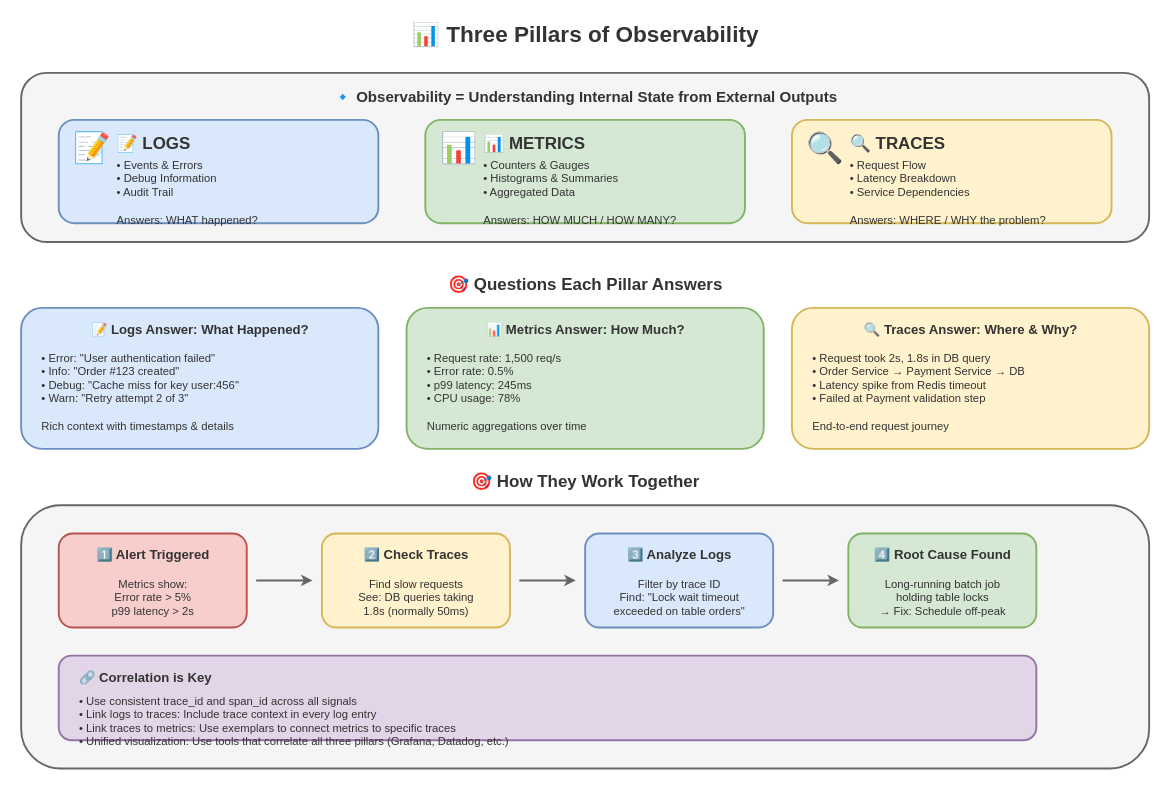
Before: lesson-09-observability-monitoring/01-three-pillars-of-observability/1.1-three-pillars.drawio in MrParkerZ7/document-lesson-software-architect-x-claude, a draw.io diagram. Source tidied: cells renumbered, new cells numbered last; positions are measured from the earlier drawing's top-left corner, leaving out a move shared by most shapes. Both pictures are drawn from the tidied source at 94%, with x=0, y=0 at pixel (21, 16).
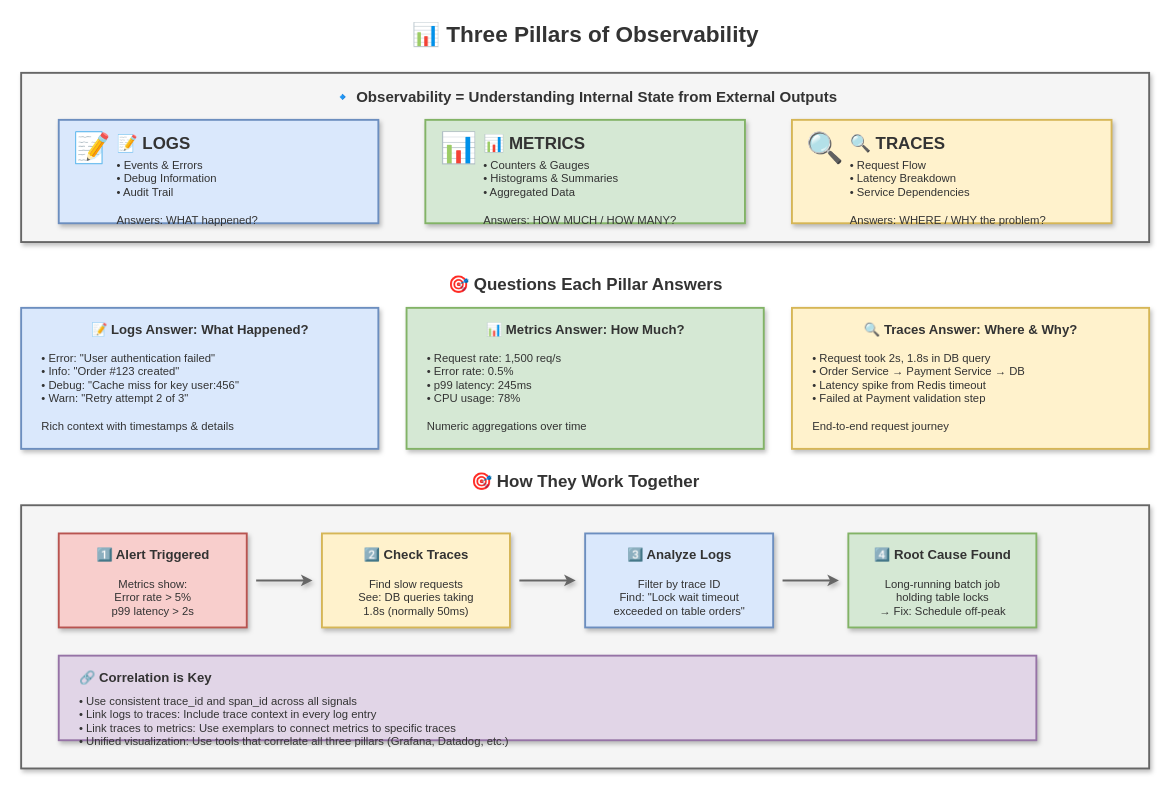
After the change.

Change to the diagram source:
```diff
@@
-    <mxCell id="3" style="rounded=1;whiteSpace=wrap;html=1;fillColor=#f5f5f5;strokeColor=#666666;strokeWidth=2;" parent="1" vertex="1">
+    <mxCell id="3" style="rounded=0;whiteSpace=wrap;html=1;fillColor=#f5f5f5;strokeColor=#666666;strokeWidth=2;shadow=1;" parent="1" vertex="1">
       <mxGeometry y="60" width="1200" height="180" as="geometry" />
     </mxCell>
@@
-    <mxCell id="5" style="rounded=1;whiteSpace=wrap;html=1;fillColor=#dae8fc;strokeColor=#6c8ebf;strokeWidth=2;" parent="1" vertex="1">
+    <mxCell id="5" style="rounded=0;whiteSpace=wrap;html=1;fillColor=#dae8fc;strokeColor=#6c8ebf;strokeWidth=2;shadow=1;" parent="1" vertex="1">
       <mxGeometry x="40" y="110" width="340" height="110" as="geometry" />
     </mxCell>
@@
-    <mxCell id="9" style="rounded=1;whiteSpace=wrap;html=1;fillColor=#d5e8d4;strokeColor=#82b366;strokeWidth=2;" parent="1" vertex="1">
+    <mxCell id="9" style="rounded=0;whiteSpace=wrap;html=1;fillColor=#d5e8d4;strokeColor=#82b366;strokeWidth=2;shadow=1;" parent="1" vertex="1">
       <mxGeometry x="430" y="110" width="340" height="110" as="geometry" />
     </mxCell>
@@
-    <mxCell id="13" style="rounded=1;whiteSpace=wrap;html=1;fillColor=#fff2cc;strokeColor=#d6b656;strokeWidth=2;" parent="1" vertex="1">
+    <mxCell id="13" style="rounded=0;whiteSpace=wrap;html=1;fillColor=#fff2cc;strokeColor=#d6b656;strokeWidth=2;shadow=1;" parent="1" vertex="1">
       <mxGeometry x="820" y="110" width="340" height="110" as="geometry" />
     </mxCell>
@@
-    <mxCell id="18" style="rounded=1;whiteSpace=wrap;html=1;fillColor=#dae8fc;strokeColor=#6c8ebf;strokeWidth=2;" parent="1" vertex="1">
+    <mxCell id="18" style="rounded=0;whiteSpace=wrap;html=1;fillColor=#dae8fc;strokeColor=#6c8ebf;strokeWidth=2;shadow=1;" parent="1" vertex="1">
       <mxGeometry y="310" width="380" height="150" as="geometry" />
     </mxCell>
@@
-    <mxCell id="21" style="rounded=1;whiteSpace=wrap;html=1;fillColor=#d5e8d4;strokeColor=#82b366;strokeWidth=2;" parent="1" vertex="1">
+    <mxCell id="21" style="rounded=0;whiteSpace=wrap;html=1;fillColor=#d5e8d4;strokeColor=#82b366;strokeWidth=2;shadow=1;" parent="1" vertex="1">
       <mxGeometry x="410" y="310" width="380" height="150" as="geometry" />
     </mxCell>
@@
-    <mxCell id="24" style="rounded=1;whiteSpace=wrap;html=1;fillColor=#fff2cc;strokeColor=#d6b656;strokeWidth=2;" parent="1" vertex="1">
+    <mxCell id="24" style="rounded=0;whiteSpace=wrap;html=1;fillColor=#fff2cc;strokeColor=#d6b656;strokeWidth=2;shadow=1;" parent="1" vertex="1">
       <mxGeometry x="820" y="310" width="380" height="150" as="geometry" />
     </mxCell>
@@
-    <mxCell id="28" style="rounded=1;whiteSpace=wrap;html=1;fillColor=#f5f5f5;strokeColor=#666666;strokeWidth=2;" parent="1" vertex="1">
+    <mxCell id="28" style="rounded=0;whiteSpace=wrap;html=1;fillColor=#f5f5f5;strokeColor=#666666;strokeWidth=2;shadow=1;" parent="1" vertex="1">
       <mxGeometry y="520" width="1200" height="280" as="geometry" />
     </mxCell>
-    <mxCell id="29" style="rounded=1;whiteSpace=wrap;html=1;fillColor=#f8cecc;strokeColor=#b85450;strokeWidth=2;" parent="1" vertex="1">
+    <mxCell id="29" style="rounded=0;whiteSpace=wrap;html=1;fillColor=#f8cecc;strokeColor=#b85450;strokeWidth=2;shadow=1;" parent="1" vertex="1">
       <mxGeometry x="40" y="550" width="200" height="100" as="geometry" />
     </mxCell>
@@
-    <mxCell id="32" style="endArrow=classic;html=1;strokeWidth=2;strokeColor=#666666;" parent="1" edge="1">
+    <mxCell id="32" style="endArrow=classic;html=1;strokeWidth=2;strokeColor=#666666;curved=1;shadow=1;flowAnimation=1;jumpStyle=arc;" parent="1" edge="1">
       <mxGeometry relative="1" as="geometry">
         <mxPoint x="250" y="600" as="sourcePoint" />
         <mxPoint x="310" y="600" as="targetPoint" />
       </mxGeometry>
     </mxCell>
-    <mxCell id="33" style="rounded=1;whiteSpace=wrap;html=1;fillColor=#fff2cc;strokeColor=#d6b656;strokeWidth=2;" parent="1" vertex="1">
+    <mxCell id="33" style="rounded=0;whiteSpace=wrap;html=1;fillColor=#fff2cc;strokeColor=#d6b656;strokeWidth=2;shadow=1;" parent="1" vertex="1">
       <mxGeometry x="320" y="550" width="200" height="100" as="geometry" />
     </mxCell>
@@
-    <mxCell id="36" style="endArrow=classic;html=1;strokeWidth=2;strokeColor=#666666;" parent="1" edge="1">
+    <mxCell id="36" style="endArrow=classic;html=1;strokeWidth=2;strokeColor=#666666;curved=1;shadow=1;flowAnimation=1;jumpStyle=arc;" parent="1" edge="1">
       <mxGeometry relative="1" as="geometry">
         <mxPoint x="530" y="600" as="sourcePoint" />
         <mxPoint x="590" y="600" as="targetPoint" />
       </mxGeometry>
     </mxCell>
-    <mxCell id="37" style="rounded=1;whiteSpace=wrap;html=1;fillColor=#dae8fc;strokeColor=#6c8ebf;strokeWidth=2;" parent="1" vertex="1">
+    <mxCell id="37" style="rounded=0;whiteSpace=wrap;html=1;fillColor=#dae8fc;strokeColor=#6c8ebf;strokeWidth=2;shadow=1;" parent="1" vertex="1">
       <mxGeometry x="600" y="550" width="200" height="100" as="geometry" />
     </mxCell>
@@
-    <mxCell id="40" style="endArrow=classic;html=1;strokeWidth=2;strokeColor=#666666;" parent="1" edge="1">
+    <mxCell id="40" style="endArrow=classic;html=1;strokeWidth=2;strokeColor=#666666;curved=1;shadow=1;flowAnimation=1;jumpStyle=arc;" parent="1" edge="1">
       <mxGeometry relative="1" as="geometry">
         <mxPoint x="810" y="600" as="sourcePoint" />
         <mxPoint x="870" y="600" as="targetPoint" />
       </mxGeometry>
     </mxCell>
-    <mxCell id="41" style="rounded=1;whiteSpace=wrap;html=1;fillColor=#d5e8d4;strokeColor=#82b366;strokeWidth=2;" parent="1" vertex="1">
+    <mxCell id="41" style="rounded=0;whiteSpace=wrap;html=1;fillColor=#d5e8d4;strokeColor=#82b366;strokeWidth=2;shadow=1;" parent="1" vertex="1">
       <mxGeometry x="880" y="550" width="200" height="100" as="geometry" />
     </mxCell>
@@
-    <mxCell id="44" style="rounded=1;whiteSpace=wrap;html=1;fillColor=#e1d5e7;strokeColor=#9673a6;strokeWidth=2;" parent="1" vertex="1">
+    <mxCell id="44" style="rounded=0;whiteSpace=wrap;html=1;fillColor=#e1d5e7;strokeColor=#9673a6;strokeWidth=2;shadow=1;" parent="1" vertex="1">
       <mxGeometry x="40" y="680" width="1040" height="90" as="geometry" />
     </mxCell>
```
